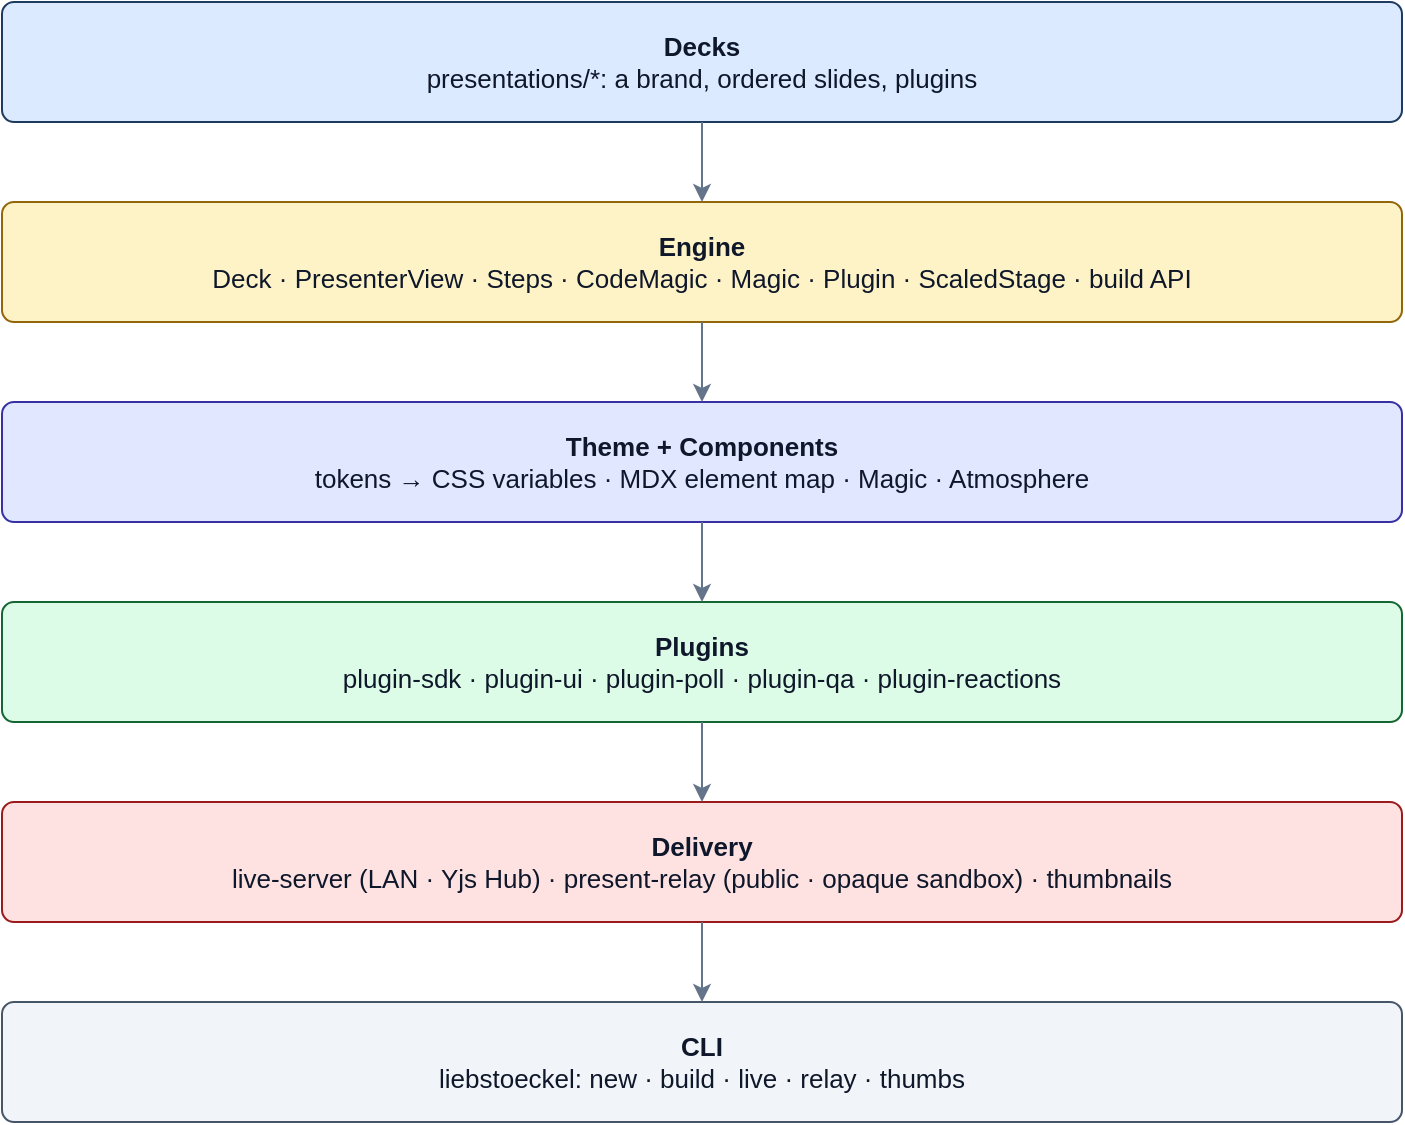
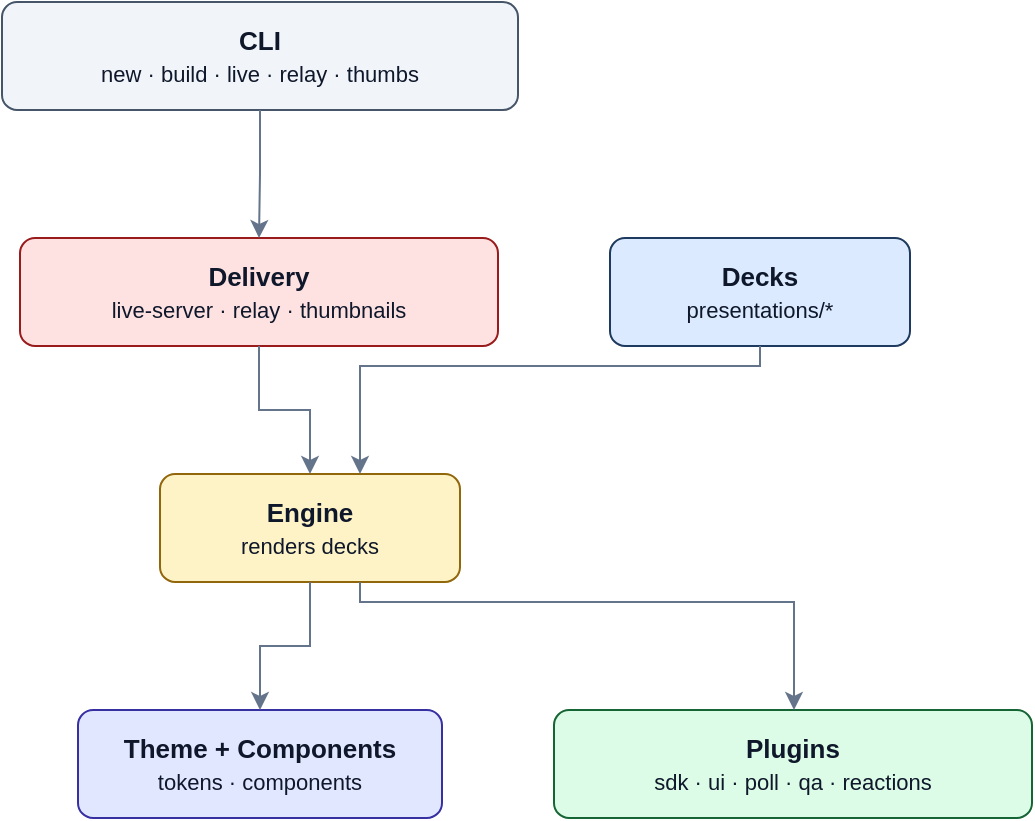
<mxGraphModel adaptiveColors="auto">
  <root>
    <mxCell id="0"/>
    <mxCell id="1" parent="0"/>
-     <mxCell id="decks" value="&lt;b&gt;Decks&lt;/b&gt;&lt;br&gt;presentations/*: a brand, ordered slides, plugins" style="rounded=1;whiteSpace=wrap;html=1;fillColor=#dbeafe;strokeColor=#1e3a5f;fontColor=#0f172a;fontSize=13;arcSize=10;" vertex="1" parent="1">
-       <mxGeometry x="40" y="40" width="700" height="60" as="geometry"/>
-     </mxCell>
-     <mxCell id="engine" value="&lt;b&gt;Engine&lt;/b&gt;&lt;br&gt;Deck · PresenterView · Steps · CodeMagic · Magic · Plugin · ScaledStage · build API" style="rounded=1;whiteSpace=wrap;html=1;fillColor=#fef3c7;strokeColor=#92660a;fontColor=#0f172a;fontSize=13;arcSize=10;" vertex="1" parent="1">
-       <mxGeometry x="40" y="140" width="700" height="60" as="geometry"/>
-     </mxCell>
-     <mxCell id="theme" value="&lt;b&gt;Theme + Components&lt;/b&gt;&lt;br&gt;tokens → CSS variables · MDX element map · Magic · Atmosphere" style="rounded=1;whiteSpace=wrap;html=1;fillColor=#e0e7ff;strokeColor=#3730a3;fontColor=#0f172a;fontSize=13;arcSize=10;" vertex="1" parent="1">
-       <mxGeometry x="40" y="240" width="700" height="60" as="geometry"/>
-     </mxCell>
-     <mxCell id="plugins" value="&lt;b&gt;Plugins&lt;/b&gt;&lt;br&gt;plugin-sdk · plugin-ui · plugin-poll · plugin-qa · plugin-reactions" style="rounded=1;whiteSpace=wrap;html=1;fillColor=#dcfce7;strokeColor=#166534;fontColor=#0f172a;fontSize=13;arcSize=10;" vertex="1" parent="1">
-       <mxGeometry x="40" y="340" width="700" height="60" as="geometry"/>
-     </mxCell>
-     <mxCell id="delivery" value="&lt;b&gt;Delivery&lt;/b&gt;&lt;br&gt;live-server (LAN · Yjs Hub) · present-relay (public · opaque sandbox) · thumbnails" style="rounded=1;whiteSpace=wrap;html=1;fillColor=#fee2e2;strokeColor=#991b1b;fontColor=#0f172a;fontSize=13;arcSize=10;" vertex="1" parent="1">
-       <mxGeometry x="40" y="440" width="700" height="60" as="geometry"/>
-     </mxCell>
-     <mxCell id="cli" value="&lt;b&gt;CLI&lt;/b&gt;&lt;br&gt;liebstoeckel: new · build · live · relay · thumbs" style="rounded=1;whiteSpace=wrap;html=1;fillColor=#f1f5f9;strokeColor=#475569;fontColor=#0f172a;fontSize=13;arcSize=10;" vertex="1" parent="1">
-       <mxGeometry x="40" y="540" width="700" height="60" as="geometry"/>
-     </mxCell>
-     <mxCell id="e1" style="endArrow=classic;html=1;strokeColor=#64748b;exitX=0.5;exitY=1;entryX=0.5;entryY=0;" edge="1" parent="1" source="decks" target="engine"><mxGeometry relative="1" as="geometry"/></mxCell>
-     <mxCell id="e2" style="endArrow=classic;html=1;strokeColor=#64748b;exitX=0.5;exitY=1;entryX=0.5;entryY=0;" edge="1" parent="1" source="engine" target="theme"><mxGeometry relative="1" as="geometry"/></mxCell>
-     <mxCell id="e3" style="endArrow=classic;html=1;strokeColor=#64748b;exitX=0.5;exitY=1;entryX=0.5;entryY=0;" edge="1" parent="1" source="theme" target="plugins"><mxGeometry relative="1" as="geometry"/></mxCell>
-     <mxCell id="e4" style="endArrow=classic;html=1;strokeColor=#64748b;exitX=0.5;exitY=1;entryX=0.5;entryY=0;" edge="1" parent="1" source="plugins" target="delivery"><mxGeometry relative="1" as="geometry"/></mxCell>
-     <mxCell id="e5" style="endArrow=classic;html=1;strokeColor=#64748b;exitX=0.5;exitY=1;entryX=0.5;entryY=0;" edge="1" parent="1" source="delivery" target="cli"><mxGeometry relative="1" as="geometry"/></mxCell>
+     <mxCell id="decks" value="&lt;b&gt;Decks&lt;/b&gt;&lt;br&gt;&lt;font style=&quot;font-size:11px&quot;&gt;presentations/*&lt;/font&gt;" style="rounded=1;whiteSpace=wrap;html=1;fillColor=#dbeafe;strokeColor=#1e3a5f;fontColor=#0f172a;fontSize=13;arcSize=14;verticalAlign=middle;" vertex="1" parent="1"><mxGeometry x="316" y="130" width="150" height="54" as="geometry"/></mxCell>
+     <mxCell id="cli" value="&lt;b&gt;CLI&lt;/b&gt;&lt;br&gt;&lt;font style=&quot;font-size:11px&quot;&gt;new · build · live · relay · thumbs&lt;/font&gt;" style="rounded=1;whiteSpace=wrap;html=1;fillColor=#f1f5f9;strokeColor=#475569;fontColor=#0f172a;fontSize=13;arcSize=14;verticalAlign=middle;" vertex="1" parent="1"><mxGeometry x="12" y="12" width="258" height="54" as="geometry"/></mxCell>
+     <mxCell id="delivery" value="&lt;b&gt;Delivery&lt;/b&gt;&lt;br&gt;&lt;font style=&quot;font-size:11px&quot;&gt;live-server · relay · thumbnails&lt;/font&gt;" style="rounded=1;whiteSpace=wrap;html=1;fillColor=#fee2e2;strokeColor=#991b1b;fontColor=#0f172a;fontSize=13;arcSize=14;verticalAlign=middle;" vertex="1" parent="1"><mxGeometry x="21" y="130" width="239" height="54" as="geometry"/></mxCell>
+     <mxCell id="engine" value="&lt;b&gt;Engine&lt;/b&gt;&lt;br&gt;&lt;font style=&quot;font-size:11px&quot;&gt;renders decks&lt;/font&gt;" style="rounded=1;whiteSpace=wrap;html=1;fillColor=#fef3c7;strokeColor=#92660a;fontColor=#0f172a;fontSize=13;arcSize=14;verticalAlign=middle;" vertex="1" parent="1"><mxGeometry x="91" y="248" width="150" height="54" as="geometry"/></mxCell>
+     <mxCell id="theme" value="&lt;b&gt;Theme + Components&lt;/b&gt;&lt;br&gt;&lt;font style=&quot;font-size:11px&quot;&gt;tokens · components&lt;/font&gt;" style="rounded=1;whiteSpace=wrap;html=1;fillColor=#e0e7ff;strokeColor=#3730a3;fontColor=#0f172a;fontSize=13;arcSize=14;verticalAlign=middle;" vertex="1" parent="1"><mxGeometry x="50" y="366" width="182" height="54" as="geometry"/></mxCell>
+     <mxCell id="plugins" value="&lt;b&gt;Plugins&lt;/b&gt;&lt;br&gt;&lt;font style=&quot;font-size:11px&quot;&gt;sdk · ui · poll · qa · reactions&lt;/font&gt;" style="rounded=1;whiteSpace=wrap;html=1;fillColor=#dcfce7;strokeColor=#166534;fontColor=#0f172a;fontSize=13;arcSize=14;verticalAlign=middle;" vertex="1" parent="1"><mxGeometry x="288" y="366" width="239" height="54" as="geometry"/></mxCell>
+     <mxCell id="e0" style="edgeStyle=orthogonalEdgeStyle;rounded=0;html=1;endArrow=classic;strokeColor=#64748b;" edge="1" parent="1" source="decks" target="engine"><mxGeometry relative="1" as="geometry"><Array as="points"><mxPoint x="391" y="194"/><mxPoint x="191" y="194"/></Array></mxGeometry></mxCell>
+     <mxCell id="e1" style="edgeStyle=orthogonalEdgeStyle;rounded=0;html=1;endArrow=classic;strokeColor=#64748b;" edge="1" parent="1" source="engine" target="theme"><mxGeometry relative="1" as="geometry"></mxGeometry></mxCell>
+     <mxCell id="e2" style="edgeStyle=orthogonalEdgeStyle;rounded=0;html=1;endArrow=classic;strokeColor=#64748b;" edge="1" parent="1" source="engine" target="plugins"><mxGeometry relative="1" as="geometry"><Array as="points"><mxPoint x="191" y="312"/><mxPoint x="408" y="312"/></Array></mxGeometry></mxCell>
+     <mxCell id="e3" style="edgeStyle=orthogonalEdgeStyle;rounded=0;html=1;endArrow=classic;strokeColor=#64748b;" edge="1" parent="1" source="delivery" target="engine"><mxGeometry relative="1" as="geometry"></mxGeometry></mxCell>
+     <mxCell id="e4" style="edgeStyle=orthogonalEdgeStyle;rounded=0;html=1;endArrow=classic;strokeColor=#64748b;" edge="1" parent="1" source="cli" target="delivery"><mxGeometry relative="1" as="geometry"></mxGeometry></mxCell>
  </root>
</mxGraphModel>
